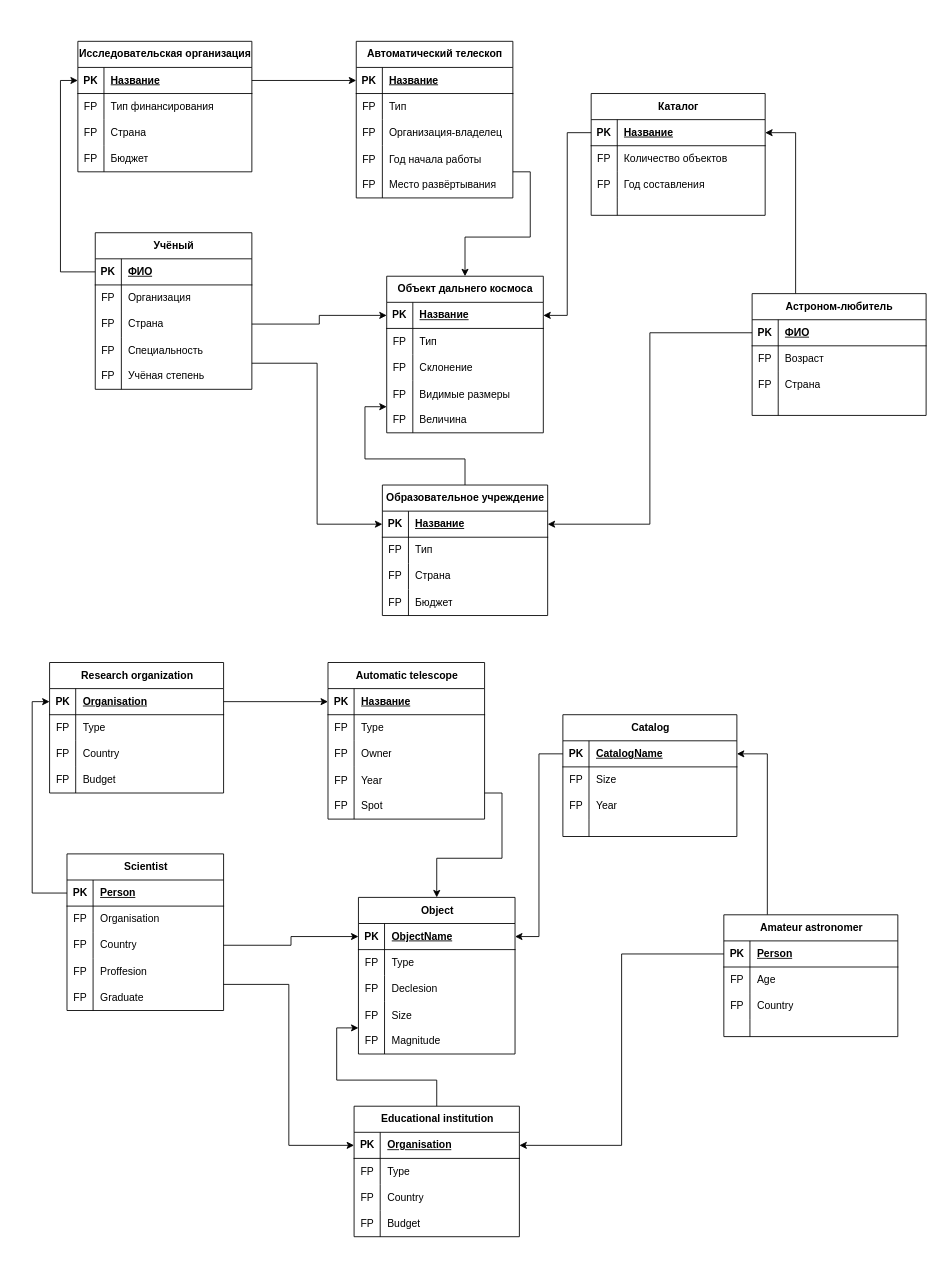
Earlier version of the draw.io diagram Таблицы/Схема.drawio (Nebulaner/Theoretical_base_of_DB). Source tidied: cells renumbered, new cells numbered last; positions are measured from the earlier drawing's top-left corner, leaving out a move shared by most shapes. Both pictures are drawn from the tidied source at 87%, with x=0, y=0 at pixel (50, 41).
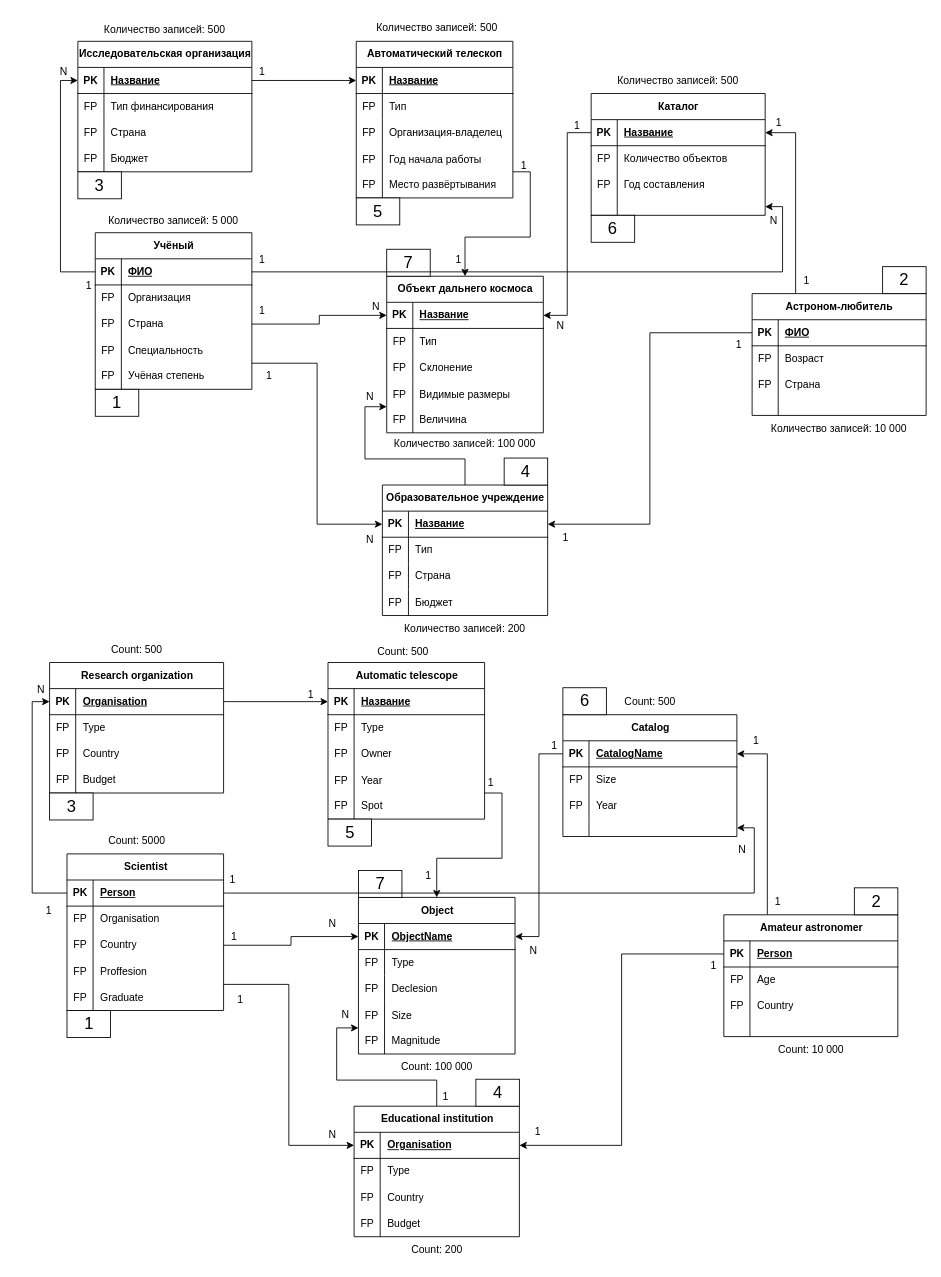
The same diagram, later.

The change refers to these unchanged cells:
```xml
<mxCell id="43" style="shape=tableRow;horizontal=0;startSize=0;swimlaneHead=0;swimlaneBody=0;fillColor=none;points=[[0,0.5],[1,0.5]];portConstraint=eastwest;top=0;left=0;right=0;bottom=1;" parent="42" vertex="1">
  <mxGeometry y="30" width="180" height="30" as="geometry" />
</mxCell>
<mxCell id="92" style="shape=tableRow;horizontal=0;startSize=0;swimlaneHead=0;swimlaneBody=0;fillColor=none;points=[[0,0.5],[1,0.5]];portConstraint=eastwest;top=0;left=0;right=0;bottom=0;" parent="82" vertex="1">
  <mxGeometry y="120" width="200" height="20" as="geometry" />
</mxCell>
<mxCell id="143" style="shape=tableRow;horizontal=0;startSize=0;swimlaneHead=0;swimlaneBody=0;fillColor=none;points=[[0,0.5],[1,0.5]];portConstraint=eastwest;top=0;left=0;right=0;bottom=1;" parent="142" vertex="1">
  <mxGeometry y="30" width="180" height="30" as="geometry" />
</mxCell>
<mxCell id="192" style="shape=tableRow;horizontal=0;startSize=0;swimlaneHead=0;swimlaneBody=0;fillColor=none;points=[[0,0.5],[1,0.5]];portConstraint=eastwest;top=0;left=0;right=0;bottom=0;" parent="182" vertex="1">
  <mxGeometry y="120" width="200" height="20" as="geometry" />
</mxCell>
```

What changed in the source:
```diff
@@
+    <mxCell id="202" value="Количество записей: 5 000" style="text;html=1;whiteSpace=wrap;strokeColor=none;fillColor=none;align=center;verticalAlign=middle;rounded=0;" parent="1" vertex="1">
+      <mxGeometry x="56" y="192" width="172" height="30" as="geometry" />
+    </mxCell>
+    <mxCell id="203" value="Количество записей: 500" style="text;html=1;whiteSpace=wrap;strokeColor=none;fillColor=none;align=center;verticalAlign=middle;rounded=0;" parent="1" vertex="1">
+      <mxGeometry x="46" y="-28" width="172" height="30" as="geometry" />
+    </mxCell>
+    <mxCell id="204" value="Количество записей: 500" style="text;html=1;whiteSpace=wrap;strokeColor=none;fillColor=none;align=center;verticalAlign=middle;rounded=0;" parent="1" vertex="1">
+      <mxGeometry x="358.5" y="-30" width="172" height="30" as="geometry" />
+    </mxCell>
+    <mxCell id="205" value="Количество записей: 500" style="text;html=1;whiteSpace=wrap;strokeColor=none;fillColor=none;align=center;verticalAlign=middle;rounded=0;" parent="1" vertex="1">
+      <mxGeometry x="636" y="30" width="172" height="30" as="geometry" />
+    </mxCell>
+    <mxCell id="206" value="Количество записей: 100 000" style="text;html=1;whiteSpace=wrap;strokeColor=none;fillColor=none;align=center;verticalAlign=middle;rounded=0;" parent="1" vertex="1">
+      <mxGeometry x="391" y="448" width="172" height="30" as="geometry" />
+    </mxCell>
+    <mxCell id="207" value="Количество записей: 200" style="text;html=1;whiteSpace=wrap;strokeColor=none;fillColor=none;align=center;verticalAlign=middle;rounded=0;" parent="1" vertex="1">
+      <mxGeometry x="391" y="660" width="172" height="30" as="geometry" />
+    </mxCell>
+    <mxCell id="208" value="Количество записей: 10 000" style="text;html=1;whiteSpace=wrap;strokeColor=none;fillColor=none;align=center;verticalAlign=middle;rounded=0;" parent="1" vertex="1">
+      <mxGeometry x="821" y="430" width="172" height="30" as="geometry" />
+    </mxCell>
+    <mxCell id="209" value="Count: 200" style="text;html=1;whiteSpace=wrap;strokeColor=none;fillColor=none;align=center;verticalAlign=middle;rounded=0;" parent="1" vertex="1">
+      <mxGeometry x="358.5" y="1374" width="172" height="30" as="geometry" />
+    </mxCell>
+    <mxCell id="210" value="Count: 500" style="text;html=1;whiteSpace=wrap;strokeColor=none;fillColor=none;align=center;verticalAlign=middle;rounded=0;" parent="1" vertex="1">
+      <mxGeometry x="13.5" y="684" width="172" height="30" as="geometry" />
+    </mxCell>
+    <mxCell id="211" value="Count: 500" style="text;html=1;whiteSpace=wrap;strokeColor=none;fillColor=none;align=center;verticalAlign=middle;rounded=0;" parent="1" vertex="1">
+      <mxGeometry x="319.5" y="687" width="172" height="30" as="geometry" />
+    </mxCell>
+    <mxCell id="212" value="Count: 500" style="text;html=1;whiteSpace=wrap;strokeColor=none;fillColor=none;align=center;verticalAlign=middle;rounded=0;" parent="1" vertex="1">
+      <mxGeometry x="603.5" y="744" width="172" height="30" as="geometry" />
+    </mxCell>
+    <mxCell id="213" value="Count: 100 000" style="text;html=1;whiteSpace=wrap;strokeColor=none;fillColor=none;align=center;verticalAlign=middle;rounded=0;" parent="1" vertex="1">
+      <mxGeometry x="358.5" y="1164" width="172" height="30" as="geometry" />
+    </mxCell>
+    <mxCell id="214" value="Count: 10 000" style="text;html=1;whiteSpace=wrap;strokeColor=none;fillColor=none;align=center;verticalAlign=middle;rounded=0;" parent="1" vertex="1">
+      <mxGeometry x="788.5" y="1144" width="172" height="30" as="geometry" />
+    </mxCell>
+    <mxCell id="215" value="Count: 5000" style="text;html=1;whiteSpace=wrap;strokeColor=none;fillColor=none;align=center;verticalAlign=middle;rounded=0;" parent="1" vertex="1">
+      <mxGeometry x="13.5" y="904" width="172" height="30" as="geometry" />
+    </mxCell>
+    <mxCell id="216" value="&lt;font style=&quot;font-size: 19px;&quot;&gt;1&lt;/font&gt;" style="rounded=0;whiteSpace=wrap;html=1;" parent="1" vertex="1">
+      <mxGeometry x="52" y="400" width="50" height="31" as="geometry" />
+    </mxCell>
+    <mxCell id="217" value="&lt;font style=&quot;font-size: 19px;&quot;&gt;1&lt;/font&gt;" style="rounded=0;whiteSpace=wrap;html=1;" parent="1" vertex="1">
+      <mxGeometry x="19.5" y="1114" width="50" height="31" as="geometry" />
+    </mxCell>
+    <mxCell id="218" value="&lt;font style=&quot;font-size: 19px;&quot;&gt;2&lt;/font&gt;" style="rounded=0;whiteSpace=wrap;html=1;" parent="1" vertex="1">
+      <mxGeometry x="957" y="259" width="50" height="31" as="geometry" />
+    </mxCell>
+    <mxCell id="219" value="&lt;font style=&quot;font-size: 19px;&quot;&gt;2&lt;/font&gt;" style="rounded=0;whiteSpace=wrap;html=1;" parent="1" vertex="1">
+      <mxGeometry x="924.5" y="973" width="50" height="31" as="geometry" />
+    </mxCell>
+    <mxCell id="220" value="&lt;font style=&quot;font-size: 19px;&quot;&gt;3&lt;/font&gt;" style="rounded=0;whiteSpace=wrap;html=1;" parent="1" vertex="1">
+      <mxGeometry x="-0.5" y="864" width="50" height="31" as="geometry" />
+    </mxCell>
+    <mxCell id="221" value="&lt;font style=&quot;font-size: 19px;&quot;&gt;3&lt;/font&gt;" style="rounded=0;whiteSpace=wrap;html=1;" parent="1" vertex="1">
+      <mxGeometry x="32" y="150" width="50" height="31" as="geometry" />
+    </mxCell>
+    <mxCell id="222" value="&lt;font style=&quot;font-size: 19px;&quot;&gt;4&lt;/font&gt;" style="rounded=0;whiteSpace=wrap;html=1;" parent="1" vertex="1">
+      <mxGeometry x="489.5" y="1193" width="50" height="31" as="geometry" />
+    </mxCell>
+    <mxCell id="223" value="&lt;font style=&quot;font-size: 19px;&quot;&gt;4&lt;/font&gt;" style="rounded=0;whiteSpace=wrap;html=1;" parent="1" vertex="1">
+      <mxGeometry x="522" y="479" width="50" height="31" as="geometry" />
+    </mxCell>
+    <mxCell id="224" value="&lt;font style=&quot;font-size: 19px;&quot;&gt;5&lt;/font&gt;" style="rounded=0;whiteSpace=wrap;html=1;" parent="1" vertex="1">
+      <mxGeometry x="319.5" y="894" width="50" height="31" as="geometry" />
+    </mxCell>
+    <mxCell id="225" value="&lt;font style=&quot;font-size: 19px;&quot;&gt;5&lt;/font&gt;" style="rounded=0;whiteSpace=wrap;html=1;" parent="1" vertex="1">
+      <mxGeometry x="352" y="180" width="50" height="31" as="geometry" />
+    </mxCell>
+    <mxCell id="226" value="&lt;font style=&quot;font-size: 19px;&quot;&gt;7&lt;/font&gt;" style="rounded=0;whiteSpace=wrap;html=1;" parent="1" vertex="1">
+      <mxGeometry x="387" y="239" width="50" height="31" as="geometry" />
+    </mxCell>
+    <mxCell id="227" value="&lt;font style=&quot;font-size: 19px;&quot;&gt;7&lt;/font&gt;" style="rounded=0;whiteSpace=wrap;html=1;" parent="1" vertex="1">
+      <mxGeometry x="354.5" y="953" width="50" height="31" as="geometry" />
+    </mxCell>
+    <mxCell id="228" value="&lt;font style=&quot;font-size: 19px;&quot;&gt;6&lt;/font&gt;" style="rounded=0;whiteSpace=wrap;html=1;" parent="1" vertex="1">
+      <mxGeometry x="589.5" y="743" width="50" height="31" as="geometry" />
+    </mxCell>
+    <mxCell id="229" value="&lt;font style=&quot;font-size: 19px;&quot;&gt;6&lt;/font&gt;" style="rounded=0;whiteSpace=wrap;html=1;" parent="1" vertex="1">
+      <mxGeometry x="622" y="200" width="50" height="31" as="geometry" />
+    </mxCell>
+    <mxCell id="230" value="N" style="text;html=1;whiteSpace=wrap;strokeColor=none;fillColor=none;align=center;verticalAlign=middle;rounded=0;" parent="1" vertex="1">
+      <mxGeometry x="338" y="394" width="60" height="30" as="geometry" />
+    </mxCell>
+    <mxCell id="231" value="N" style="text;html=1;whiteSpace=wrap;strokeColor=none;fillColor=none;align=center;verticalAlign=middle;rounded=0;" parent="1" vertex="1">
+      <mxGeometry x="557" y="312" width="60" height="30" as="geometry" />
+    </mxCell>
+    <mxCell id="232" value="N" style="text;html=1;whiteSpace=wrap;strokeColor=none;fillColor=none;align=center;verticalAlign=middle;rounded=0;" parent="1" vertex="1">
+      <mxGeometry x="344.5" y="290" width="60" height="30" as="geometry" />
+    </mxCell>
+    <mxCell id="233" value="N" style="text;html=1;whiteSpace=wrap;strokeColor=none;fillColor=none;align=center;verticalAlign=middle;rounded=0;" parent="1" vertex="1">
+      <mxGeometry x="-14" y="20" width="60" height="30" as="geometry" />
+    </mxCell>
+    <mxCell id="234" value="N" style="text;html=1;whiteSpace=wrap;strokeColor=none;fillColor=none;align=center;verticalAlign=middle;rounded=0;" parent="1" vertex="1">
+      <mxGeometry x="338" y="558" width="60" height="30" as="geometry" />
+    </mxCell>
+    <mxCell id="235" value="1" style="text;html=1;whiteSpace=wrap;strokeColor=none;fillColor=none;align=center;verticalAlign=middle;rounded=0;" parent="1" vertex="1">
+      <mxGeometry x="222" y="370" width="60" height="30" as="geometry" />
+    </mxCell>
+    <mxCell id="236" style="edgeStyle=orthogonalEdgeStyle;rounded=0;jettySize=auto;html=1;exitX=1;exitY=0.5;exitDx=0;exitDy=0;entryX=1;entryY=0.5;entryDx=0;entryDy=0;" parent="1" edge="1" source="43" target="92">
+      <mxGeometry relative="1" as="geometry" />
+    </mxCell>
+    <mxCell id="237" value="N" style="text;html=1;whiteSpace=wrap;strokeColor=none;fillColor=none;align=center;verticalAlign=middle;rounded=0;" parent="1" vertex="1">
+      <mxGeometry x="802" y="192" width="60" height="30" as="geometry" />
+    </mxCell>
+    <mxCell id="238" value="1" style="text;html=1;whiteSpace=wrap;strokeColor=none;fillColor=none;align=center;verticalAlign=middle;rounded=0;" parent="1" vertex="1">
+      <mxGeometry x="214" y="295" width="60" height="30" as="geometry" />
+    </mxCell>
+    <mxCell id="239" value="1" style="text;html=1;whiteSpace=wrap;strokeColor=none;fillColor=none;align=center;verticalAlign=middle;rounded=0;" parent="1" vertex="1">
+      <mxGeometry x="214" y="236" width="60" height="30" as="geometry" />
+    </mxCell>
+    <mxCell id="240" value="1" style="text;html=1;whiteSpace=wrap;strokeColor=none;fillColor=none;align=center;verticalAlign=middle;rounded=0;" parent="1" vertex="1">
+      <mxGeometry x="14.5" y="266" width="60" height="30" as="geometry" />
+    </mxCell>
+    <mxCell id="241" value="1" style="text;html=1;whiteSpace=wrap;strokeColor=none;fillColor=none;align=center;verticalAlign=middle;rounded=0;" parent="1" vertex="1">
+      <mxGeometry x="214" y="20" width="60" height="30" as="geometry" />
+    </mxCell>
+    <mxCell id="242" value="1" style="text;html=1;whiteSpace=wrap;strokeColor=none;fillColor=none;align=center;verticalAlign=middle;rounded=0;" parent="1" vertex="1">
+      <mxGeometry x="515" y="128" width="60" height="30" as="geometry" />
+    </mxCell>
+    <mxCell id="243" value="1" style="text;html=1;whiteSpace=wrap;strokeColor=none;fillColor=none;align=center;verticalAlign=middle;rounded=0;" parent="1" vertex="1">
+      <mxGeometry x="439.5" y="236" width="60" height="30" as="geometry" />
+    </mxCell>
+    <mxCell id="244" value="1" style="text;html=1;whiteSpace=wrap;strokeColor=none;fillColor=none;align=center;verticalAlign=middle;rounded=0;" parent="1" vertex="1">
+      <mxGeometry x="840" y="260" width="60" height="30" as="geometry" />
+    </mxCell>
+    <mxCell id="245" value="1" style="text;html=1;whiteSpace=wrap;strokeColor=none;fillColor=none;align=center;verticalAlign=middle;rounded=0;" parent="1" vertex="1">
+      <mxGeometry x="808" y="79" width="60" height="30" as="geometry" />
+    </mxCell>
+    <mxCell id="246" value="1" style="text;html=1;whiteSpace=wrap;strokeColor=none;fillColor=none;align=center;verticalAlign=middle;rounded=0;" parent="1" vertex="1">
+      <mxGeometry x="576" y="82" width="60" height="30" as="geometry" />
+    </mxCell>
+    <mxCell id="247" value="1" style="text;html=1;whiteSpace=wrap;strokeColor=none;fillColor=none;align=center;verticalAlign=middle;rounded=0;" parent="1" vertex="1">
+      <mxGeometry x="762" y="334" width="60" height="30" as="geometry" />
+    </mxCell>
+    <mxCell id="248" value="1" style="text;html=1;whiteSpace=wrap;strokeColor=none;fillColor=none;align=center;verticalAlign=middle;rounded=0;" parent="1" vertex="1">
+      <mxGeometry x="563" y="556" width="60" height="30" as="geometry" />
+    </mxCell>
+    <mxCell id="249" value="N" style="text;html=1;whiteSpace=wrap;strokeColor=none;fillColor=none;align=center;verticalAlign=middle;rounded=0;" parent="1" vertex="1">
+      <mxGeometry x="309.5" y="1104" width="60" height="30" as="geometry" />
+    </mxCell>
+    <mxCell id="250" value="N" style="text;html=1;whiteSpace=wrap;strokeColor=none;fillColor=none;align=center;verticalAlign=middle;rounded=0;" parent="1" vertex="1">
+      <mxGeometry x="526" y="1030" width="60" height="30" as="geometry" />
+    </mxCell>
+    <mxCell id="251" value="N" style="text;html=1;whiteSpace=wrap;strokeColor=none;fillColor=none;align=center;verticalAlign=middle;rounded=0;" parent="1" vertex="1">
+      <mxGeometry x="294.5" y="1000" width="60" height="30" as="geometry" />
+    </mxCell>
+    <mxCell id="252" style="edgeStyle=orthogonalEdgeStyle;rounded=0;jettySize=auto;html=1;exitX=1;exitY=0.5;exitDx=0;exitDy=0;entryX=1;entryY=0.5;entryDx=0;entryDy=0;" parent="1" edge="1" source="143" target="192">
+      <mxGeometry relative="1" as="geometry" />
+    </mxCell>
+    <mxCell id="253" value="N" style="text;html=1;whiteSpace=wrap;strokeColor=none;fillColor=none;align=center;verticalAlign=middle;rounded=0;" parent="1" vertex="1">
+      <mxGeometry x="766" y="914" width="60" height="30" as="geometry" />
+    </mxCell>
+    <mxCell id="254" value="N" style="text;html=1;whiteSpace=wrap;strokeColor=none;fillColor=none;align=center;verticalAlign=middle;rounded=0;" parent="1" vertex="1">
+      <mxGeometry x="-40.5" y="731" width="60" height="30" as="geometry" />
+    </mxCell>
+    <mxCell id="255" value="N" style="text;html=1;whiteSpace=wrap;strokeColor=none;fillColor=none;align=center;verticalAlign=middle;rounded=0;" parent="1" vertex="1">
+      <mxGeometry x="294.5" y="1242" width="60" height="30" as="geometry" />
+    </mxCell>
+    <mxCell id="256" value="1" style="text;html=1;whiteSpace=wrap;strokeColor=none;fillColor=none;align=center;verticalAlign=middle;rounded=0;" parent="1" vertex="1">
+      <mxGeometry x="270" y="736" width="60" height="30" as="geometry" />
+    </mxCell>
+    <mxCell id="257" value="1" style="text;html=1;whiteSpace=wrap;strokeColor=none;fillColor=none;align=center;verticalAlign=middle;rounded=0;" parent="1" vertex="1">
+      <mxGeometry x="-31" y="984" width="60" height="30" as="geometry" />
+    </mxCell>
+    <mxCell id="258" value="1" style="text;html=1;whiteSpace=wrap;strokeColor=none;fillColor=none;align=center;verticalAlign=middle;rounded=0;" parent="1" vertex="1">
+      <mxGeometry x="180" y="949" width="60" height="30" as="geometry" />
+    </mxCell>
+    <mxCell id="259" value="1" style="text;html=1;whiteSpace=wrap;strokeColor=none;fillColor=none;align=center;verticalAlign=middle;rounded=0;" parent="1" vertex="1">
+      <mxGeometry x="182" y="1014" width="60" height="30" as="geometry" />
+    </mxCell>
+    <mxCell id="260" value="1" style="text;html=1;whiteSpace=wrap;strokeColor=none;fillColor=none;align=center;verticalAlign=middle;rounded=0;" parent="1" vertex="1">
+      <mxGeometry x="189" y="1087" width="60" height="30" as="geometry" />
+    </mxCell>
+    <mxCell id="261" value="1" style="text;html=1;whiteSpace=wrap;strokeColor=none;fillColor=none;align=center;verticalAlign=middle;rounded=0;" parent="1" vertex="1">
+      <mxGeometry x="530.5" y="1239" width="60" height="30" as="geometry" />
+    </mxCell>
+    <mxCell id="262" value="1" style="text;html=1;whiteSpace=wrap;strokeColor=none;fillColor=none;align=center;verticalAlign=middle;rounded=0;" parent="1" vertex="1">
+      <mxGeometry x="733" y="1048" width="60" height="30" as="geometry" />
+    </mxCell>
+    <mxCell id="263" value="1" style="text;html=1;whiteSpace=wrap;strokeColor=none;fillColor=none;align=center;verticalAlign=middle;rounded=0;" parent="1" vertex="1">
+      <mxGeometry x="807" y="974" width="60" height="30" as="geometry" />
+    </mxCell>
+    <mxCell id="264" value="1" style="text;html=1;whiteSpace=wrap;strokeColor=none;fillColor=none;align=center;verticalAlign=middle;rounded=0;" parent="1" vertex="1">
+      <mxGeometry x="782" y="789" width="60" height="30" as="geometry" />
+    </mxCell>
+    <mxCell id="265" value="1" style="text;html=1;whiteSpace=wrap;strokeColor=none;fillColor=none;align=center;verticalAlign=middle;rounded=0;" parent="1" vertex="1">
+      <mxGeometry x="550" y="795" width="60" height="30" as="geometry" />
+    </mxCell>
+    <mxCell id="266" value="1" style="text;html=1;whiteSpace=wrap;strokeColor=none;fillColor=none;align=center;verticalAlign=middle;rounded=0;" parent="1" vertex="1">
+      <mxGeometry x="477" y="838" width="60" height="30" as="geometry" />
+    </mxCell>
+    <mxCell id="267" value="1" style="text;html=1;whiteSpace=wrap;strokeColor=none;fillColor=none;align=center;verticalAlign=middle;rounded=0;" parent="1" vertex="1">
+      <mxGeometry x="404.5" y="944" width="60" height="30" as="geometry" />
+    </mxCell>
+    <mxCell id="268" value="1" style="text;html=1;whiteSpace=wrap;strokeColor=none;fillColor=none;align=center;verticalAlign=middle;rounded=0;" parent="1" vertex="1">
+      <mxGeometry x="425" y="1198" width="60" height="30" as="geometry" />
+    </mxCell>
```
